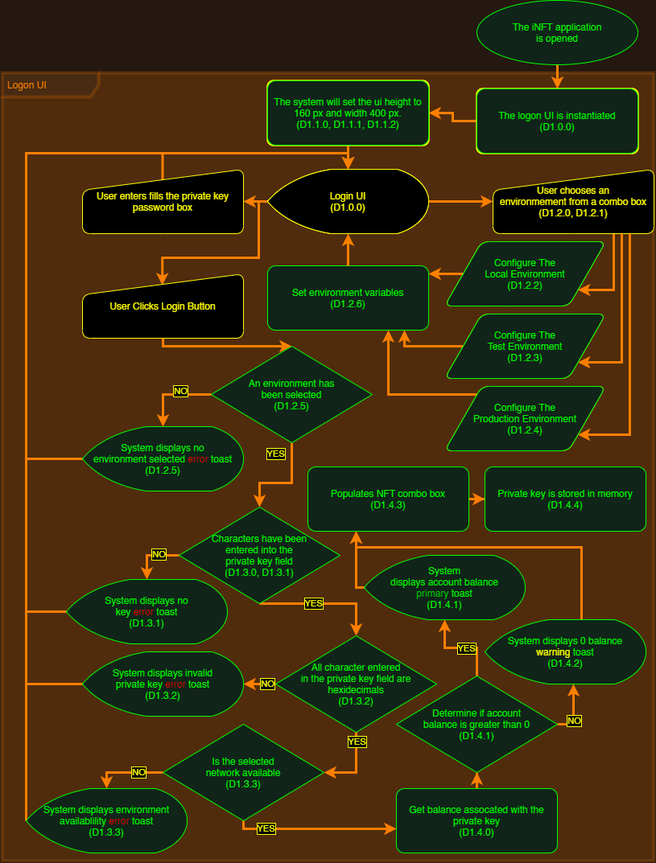
Earlier version of the draw.io export Deliverable #2/2. Design Documentation/iNFT.WPF.Flow Diagram.drawio.png (JasonWHowse/INFT-Documentation). Source tidied: cells renumbered, new cells last; positions are measured from the earlier drawing's top-left corner, leaving out a move shared by most shapes.
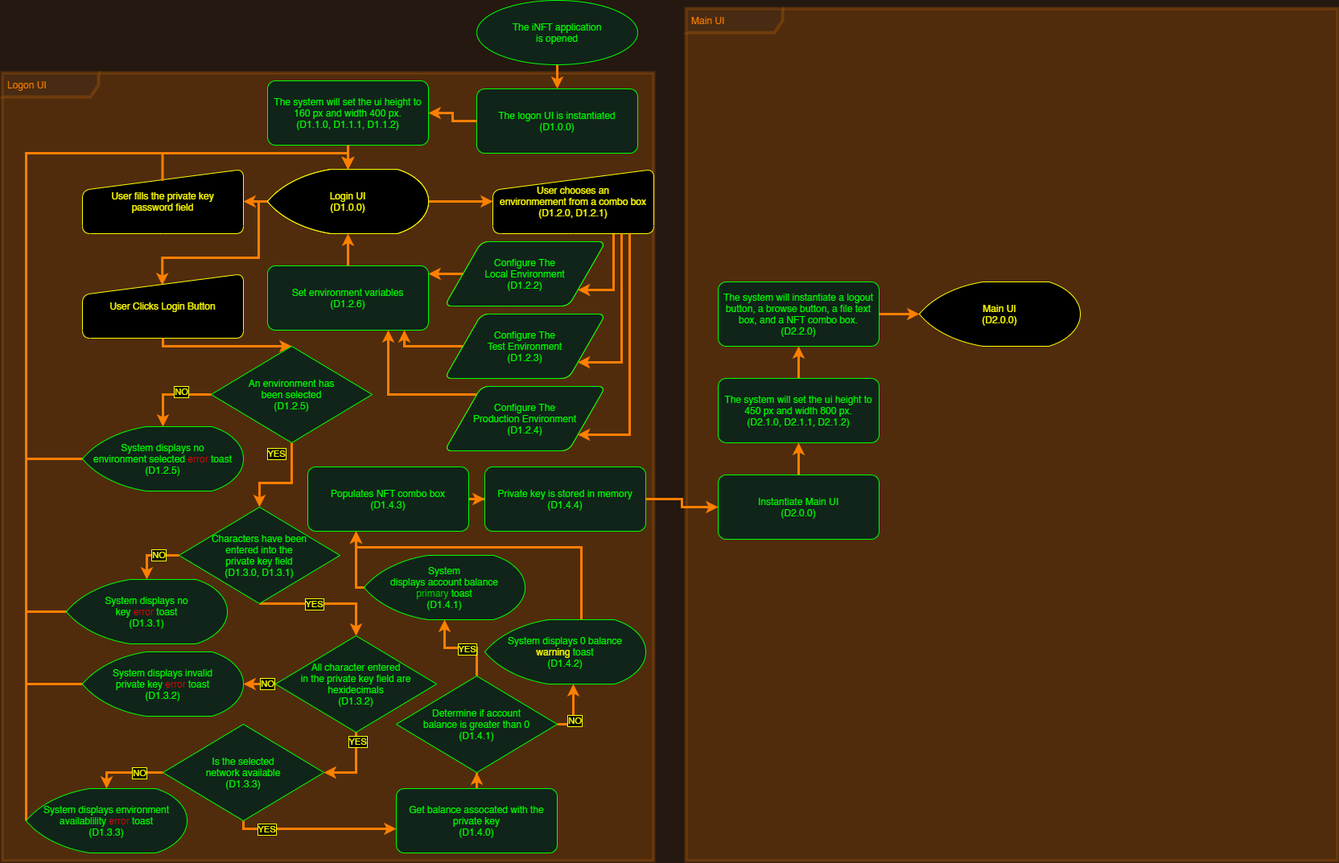
The same file after the commit.

Change to the diagram source:
```diff
@@ -8,24 +8,34 @@
     <mxCell id="3" value="&lt;font&gt;Set environment variables&lt;br&gt;(D1.2.6)&lt;br&gt;&lt;/font&gt;" style="rounded=1;whiteSpace=wrap;html=1;absoluteArcSize=1;strokeWidth=1;fontColor=#00FF00;fillColor=#102419;shadow=0;strokeColor=#00FF00;glass=0;" parent="1" vertex="1">
       <mxGeometry x="330" y="330" width="200" height="80" as="geometry" />
     </mxCell>
+    <mxCell id="56" value="User fills the private key&lt;br&gt;password field" style="html=1;strokeWidth=1;shape=manualInput;whiteSpace=wrap;rounded=1;size=26;fontColor=#FFFF00;fillColor=#000000;shadow=0;strokeColor=#FFFF00;glass=0;" parent="1" vertex="1">
+      <mxGeometry x="100" y="210" width="200" height="80" as="geometry" />
+    </mxCell>
+    <mxCell id="73" value="Login UI&lt;br&gt;(D1.0.0)" style="strokeWidth=1;html=1;shape=mxgraph.flowchart.display;whiteSpace=wrap;fontColor=#FFFF00;fillColor=#000000;rounded=1;shadow=0;strokeColor=#FFFF00;glass=0;" parent="1" vertex="1">
+      <mxGeometry x="330" y="210" width="200" height="80" as="geometry" />
+    </mxCell>
+    <mxCell id="72" value="&lt;font&gt;The logon UI is instantiated&lt;br&gt;(D1.0.0)&lt;br&gt;&lt;/font&gt;" style="rounded=1;whiteSpace=wrap;html=1;absoluteArcSize=1;strokeWidth=1;fillColor=#102419;strokeColor=#00FF00;shadow=0;fontColor=#00FF00;glass=0;" parent="1" vertex="1">
+      <mxGeometry x="590" y="110" width="200" height="80" as="geometry" />
+    </mxCell>
+    <mxCell id="71" value="&lt;font&gt;The system will set the ui height to 160 px and width 400 px.&lt;br&gt;(D1.1.0, D1.1.1, D1.1.2)&lt;br&gt;&lt;/font&gt;" style="rounded=1;whiteSpace=wrap;html=1;absoluteArcSize=1;strokeWidth=1;fillColor=#102419;strokeColor=#00FF00;shadow=0;fontColor=#00FF00;glass=0;" parent="1" vertex="1">
+      <mxGeometry x="330" y="100" width="200" height="80" as="geometry" />
+    </mxCell>
-    <mxCell id="4" style="edgeStyle=orthogonalEdgeStyle;rounded=0;jettySize=auto;html=1;fontColor=#FFFF00;strokeColor=#FF7F00;strokeWidth=3;" parent="1" edge="1" source="5" target="7">
-      <mxGeometry relative="1" as="geometry" />
+    <mxCell id="4" style="edgeStyle=orthogonalEdgeStyle;rounded=0;jettySize=auto;html=1;fontColor=#FFFF00;strokeColor=#FF7F00;strokeWidth=3;" parent="1" edge="1" source="5">
+      <mxGeometry relative="1" as="geometry">
+        <mxPoint x="690" y="110" as="targetPoint" />
+      </mxGeometry>
     </mxCell>
     <mxCell id="5" value="The iNFT application&lt;br&gt;is opened" style="strokeWidth=1;html=1;shape=mxgraph.flowchart.start_1;whiteSpace=wrap;rounded=1;shadow=0;fontColor=#00ff00;strokeColor=#00FF00;fillColor=#102419;glass=0;" parent="1" vertex="1">
       <mxGeometry x="590" width="200" height="80" as="geometry" />
     </mxCell>
-    <mxCell id="6" style="edgeStyle=orthogonalEdgeStyle;rounded=0;jettySize=auto;html=1;fontColor=#FF7F00;strokeColor=#FF7F00;strokeWidth=3;" parent="1" edge="1" source="7" target="9">
-      <mxGeometry relative="1" as="geometry" />
+    <mxCell id="6" style="edgeStyle=orthogonalEdgeStyle;rounded=0;jettySize=auto;html=1;fontColor=#FF7F00;strokeColor=#FF7F00;strokeWidth=3;" parent="1" edge="1" target="71">
+      <mxGeometry relative="1" as="geometry">
+        <mxPoint x="590" y="150" as="sourcePoint" />
+      </mxGeometry>
     </mxCell>
-    <mxCell id="7" value="&lt;font color=&quot;#ffff00&quot;&gt;The logon UI is instantiated&lt;br&gt;(D1.0.0)&lt;br&gt;&lt;/font&gt;" style="rounded=1;whiteSpace=wrap;html=1;absoluteArcSize=1;arcSize=14;strokeWidth=2;fillColor=#000000;strokeColor=#FFFF00;" parent="1" vertex="1">
-      <mxGeometry x="590" y="110" width="200" height="80" as="geometry" />
-    </mxCell>
-    <mxCell id="8" style="edgeStyle=orthogonalEdgeStyle;rounded=0;jettySize=auto;html=1;fontColor=#FF7F00;strokeColor=#FF7F00;strokeWidth=3;" parent="1" edge="1" source="9" target="15">
+    <mxCell id="8" style="edgeStyle=orthogonalEdgeStyle;rounded=0;jettySize=auto;html=1;fontColor=#FF7F00;strokeColor=#FF7F00;strokeWidth=3;" parent="1" edge="1" source="71" target="15">
       <mxGeometry relative="1" as="geometry" />
     </mxCell>
-    <mxCell id="9" value="&lt;font color=&quot;#ffff00&quot;&gt;The system will set the ui height to 160 px and width 400 px.&lt;br&gt;(D1.1.0, D1.1.1, D1.1.2)&lt;br&gt;&lt;/font&gt;" style="rounded=1;whiteSpace=wrap;html=1;absoluteArcSize=1;arcSize=14;strokeWidth=2;fillColor=#000000;strokeColor=#FFFF00;" parent="1" vertex="1">
-      <mxGeometry x="330" y="100" width="200" height="80" as="geometry" />
-    </mxCell>
     <mxCell id="10" style="edgeStyle=orthogonalEdgeStyle;rounded=0;jettySize=auto;html=1;fontColor=#FF7F00;strokeColor=#FF7F00;strokeWidth=3;" parent="1" edge="1" source="11" target="17">
       <mxGeometry relative="1" as="geometry">
         <Array as="points">
@@ -268,9 +278,6 @@
         </Array>
       </mxGeometry>
     </mxCell>
-    <mxCell id="56" value="User enters fills the private key password box" style="html=1;strokeWidth=1;shape=manualInput;whiteSpace=wrap;rounded=1;size=26;fontColor=#FFFF00;fillColor=#000000;shadow=0;strokeColor=#FFFF00;glass=0;" parent="1" vertex="1">
-      <mxGeometry x="100" y="210" width="200" height="80" as="geometry" />
-    </mxCell>
     <mxCell id="57" style="edgeStyle=orthogonalEdgeStyle;rounded=0;jettySize=auto;html=1;labelBackgroundColor=#000000;labelBorderColor=#FFFF00;fontColor=#FFFF00;strokeColor=#FF7F00;strokeWidth=3;" parent="1" edge="1" source="58" target="65">
       <mxGeometry relative="1" as="geometry" />
     </mxCell>
@@ -319,24 +326,9 @@
     <mxCell id="67" value="&lt;font&gt;System displays 0 balance &lt;/font&gt;&lt;font color=&quot;#ffff00&quot;&gt;warning&amp;nbsp;&lt;/font&gt;&lt;font&gt;toast&lt;br&gt;(D1.4.2)&lt;br&gt;&lt;/font&gt;" style="strokeWidth=1;html=1;shape=mxgraph.flowchart.display;whiteSpace=wrap;fontColor=#00FF00;fillColor=#102419;rounded=1;shadow=0;strokeColor=#00FF00;glass=0;" parent="1" vertex="1">
       <mxGeometry x="600" y="770" width="200" height="80" as="geometry" />
     </mxCell>
-    <mxCell id="68" value="&lt;font color=&quot;#ffff00&quot;&gt;The system will set the ui height to 160 px and width 400 px.&lt;br&gt;(D1.1.0, D1.1.1, D1.1.2)&lt;br&gt;&lt;/font&gt;" style="rounded=1;whiteSpace=wrap;html=1;absoluteArcSize=1;arcSize=14;strokeWidth=2;fillColor=#000000;strokeColor=#FFFF00;" parent="1" vertex="1">
-      <mxGeometry x="330" y="100" width="200" height="80" as="geometry" />
-    </mxCell>
-    <mxCell id="69" value="&lt;font color=&quot;#ffff00&quot;&gt;The logon UI is instantiated&lt;br&gt;(D1.0.0)&lt;br&gt;&lt;/font&gt;" style="rounded=1;whiteSpace=wrap;html=1;absoluteArcSize=1;arcSize=14;strokeWidth=2;fillColor=#000000;strokeColor=#FFFF00;" parent="1" vertex="1">
-      <mxGeometry x="590" y="110" width="200" height="80" as="geometry" />
-    </mxCell>
     <mxCell id="70" value="Login UI&lt;br&gt;(D1.0.0)" style="strokeWidth=1;html=1;shape=mxgraph.flowchart.display;whiteSpace=wrap;fontColor=#FFFF00;fillColor=#000000;rounded=1;shadow=0;strokeColor=#FFFF00;glass=0;" parent="1" vertex="1">
       <mxGeometry x="330" y="210" width="200" height="80" as="geometry" />
     </mxCell>
-    <mxCell id="71" value="&lt;font&gt;The system will set the ui height to 160 px and width 400 px.&lt;br&gt;(D1.1.0, D1.1.1, D1.1.2)&lt;br&gt;&lt;/font&gt;" style="rounded=1;whiteSpace=wrap;html=1;absoluteArcSize=1;strokeWidth=1;fillColor=#102419;strokeColor=#00FF00;shadow=0;fontColor=#00FF00;glass=0;" parent="1" vertex="1">
-      <mxGeometry x="330" y="100" width="200" height="80" as="geometry" />
-    </mxCell>
-    <mxCell id="72" value="&lt;font&gt;The logon UI is instantiated&lt;br&gt;(D1.0.0)&lt;br&gt;&lt;/font&gt;" style="rounded=1;whiteSpace=wrap;html=1;absoluteArcSize=1;strokeWidth=1;fillColor=#102419;strokeColor=#00FF00;shadow=0;fontColor=#00FF00;glass=0;" parent="1" vertex="1">
-      <mxGeometry x="590" y="110" width="200" height="80" as="geometry" />
-    </mxCell>
-    <mxCell id="73" value="Login UI&lt;br&gt;(D1.0.0)" style="strokeWidth=1;html=1;shape=mxgraph.flowchart.display;whiteSpace=wrap;fontColor=#FFFF00;fillColor=#000000;rounded=1;shadow=0;strokeColor=#FFFF00;glass=0;" parent="1" vertex="1">
-      <mxGeometry x="330" y="210" width="200" height="80" as="geometry" />
-    </mxCell>
     <mxCell id="74" value="&lt;font&gt;Configure The&lt;br&gt;Local Environment&lt;br&gt;(D1.2.2)&lt;br&gt;&lt;/font&gt;" style="shape=parallelogram;html=1;strokeWidth=1;perimeter=parallelogramPerimeter;whiteSpace=wrap;rounded=1;size=0.23;fontColor=#00FF00;fillColor=#102419;shadow=0;strokeColor=#00FF00;glass=0;" parent="1" vertex="1">
       <mxGeometry x="550" y="300" width="200" height="80" as="geometry" />
     </mxCell>
@@ -352,8 +344,35 @@
     <mxCell id="78" value="&lt;font&gt;Populates NFT combo box&lt;br&gt;(D1.4.3)&lt;br&gt;&lt;/font&gt;" style="rounded=1;whiteSpace=wrap;html=1;absoluteArcSize=1;strokeWidth=1;fontColor=#00FF00;fillColor=#102419;shadow=0;strokeColor=#00FF00;glass=0;" parent="1" vertex="1">
       <mxGeometry x="380" y="580" width="200" height="80" as="geometry" />
     </mxCell>
+    <mxCell id="80" style="edgeStyle=orthogonalEdgeStyle;rounded=0;jettySize=auto;html=1;fontColor=#FF7F00;strokeColor=#FF7F00;strokeWidth=3;" parent="1" edge="1" source="79" target="84">
+      <mxGeometry relative="1" as="geometry" />
+    </mxCell>
     <mxCell id="79" value="&lt;font&gt;Private key is stored in memory&lt;br&gt;(D1.4.4)&lt;br&gt;&lt;/font&gt;" style="rounded=1;whiteSpace=wrap;html=1;absoluteArcSize=1;strokeWidth=1;fontColor=#00FF00;fillColor=#102419;shadow=0;strokeColor=#00FF00;glass=0;" parent="1" vertex="1">
       <mxGeometry x="600" y="580" width="200" height="80" as="geometry" />
     </mxCell>
+    <mxCell id="81" value="&lt;font color=&quot;#ff7f00&quot;&gt;Main UI&lt;/font&gt;" style="shape=umlFrame;whiteSpace=wrap;html=1;width=120;height=30;boundedLbl=1;verticalAlign=middle;align=left;spacingLeft=5;swimlaneFillColor=#FF7F00;strokeColor=#FF7F00;strokeWidth=4;opacity=20;" parent="1" vertex="1">
+      <mxGeometry x="850" y="10" width="810" height="1060" as="geometry" />
+    </mxCell>
+    <mxCell id="82" value="Main UI&lt;br&gt;(D2.0.0)" style="strokeWidth=1;html=1;shape=mxgraph.flowchart.display;whiteSpace=wrap;fontColor=#FFFF00;fillColor=#000000;rounded=1;shadow=0;strokeColor=#FFFF00;glass=0;" parent="1" vertex="1">
+      <mxGeometry x="1140" y="350" width="200" height="80" as="geometry" />
+    </mxCell>
+    <mxCell id="83" style="edgeStyle=orthogonalEdgeStyle;rounded=0;jettySize=auto;html=1;fontColor=#FF7F00;strokeColor=#FF7F00;strokeWidth=3;" parent="1" edge="1" source="84" target="86">
+      <mxGeometry relative="1" as="geometry" />
+    </mxCell>
+    <mxCell id="84" value="&lt;font&gt;Instantiate Main UI&lt;br&gt;(D2.0.0)&lt;br&gt;&lt;/font&gt;" style="rounded=1;whiteSpace=wrap;html=1;absoluteArcSize=1;strokeWidth=1;fontColor=#00FF00;fillColor=#102419;shadow=0;strokeColor=#00FF00;glass=0;" parent="1" vertex="1">
+      <mxGeometry x="890" y="590" width="200" height="80" as="geometry" />
+    </mxCell>
+    <mxCell id="85" style="edgeStyle=orthogonalEdgeStyle;rounded=0;jettySize=auto;html=1;fontColor=#FF7F00;strokeColor=#FF7F00;strokeWidth=3;" parent="1" edge="1" source="86" target="88">
+      <mxGeometry relative="1" as="geometry" />
+    </mxCell>
+    <mxCell id="86" value="&lt;font&gt;The system will set the ui height to 450 px and width 800 px.&lt;br&gt;(D2.1.0, D2.1.1, D2.1.2)&lt;br&gt;&lt;/font&gt;" style="rounded=1;whiteSpace=wrap;html=1;absoluteArcSize=1;strokeWidth=1;fontColor=#00FF00;fillColor=#102419;shadow=0;strokeColor=#00FF00;glass=0;" parent="1" vertex="1">
+      <mxGeometry x="890" y="470" width="200" height="80" as="geometry" />
+    </mxCell>
+    <mxCell id="87" style="edgeStyle=orthogonalEdgeStyle;rounded=0;jettySize=auto;html=1;fontColor=#FF7F00;strokeColor=#FF7F00;strokeWidth=3;" parent="1" edge="1" source="88" target="82">
+      <mxGeometry relative="1" as="geometry" />
+    </mxCell>
+    <mxCell id="88" value="&lt;font&gt;The system will instantiate a logout button, a browse button, a file text box, and a NFT combo box.&lt;br&gt;(D2.2.0)&lt;br&gt;&lt;/font&gt;" style="rounded=1;whiteSpace=wrap;html=1;absoluteArcSize=1;strokeWidth=1;fontColor=#00FF00;fillColor=#102419;shadow=0;strokeColor=#00FF00;glass=0;" parent="1" vertex="1">
+      <mxGeometry x="890" y="350" width="200" height="80" as="geometry" />
+    </mxCell>
   </root>
 </mxGraphModel>
```
